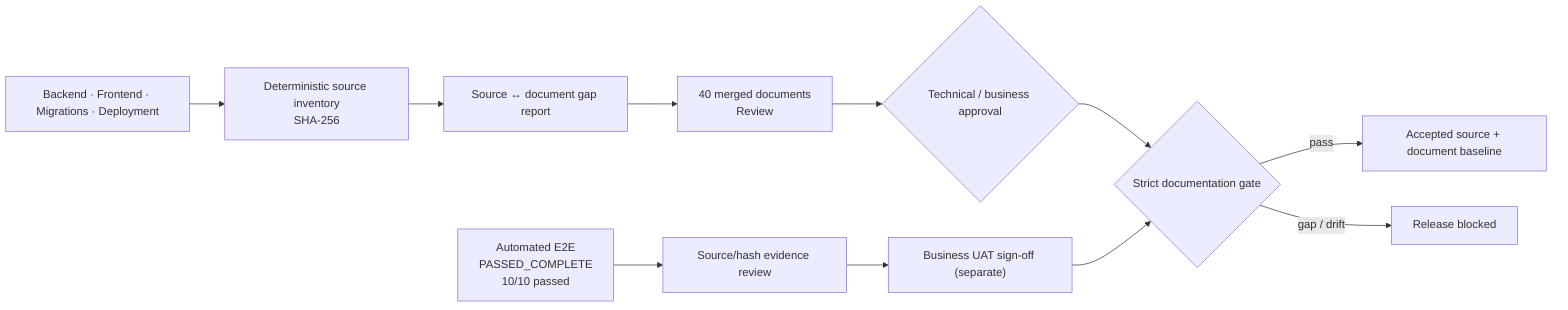
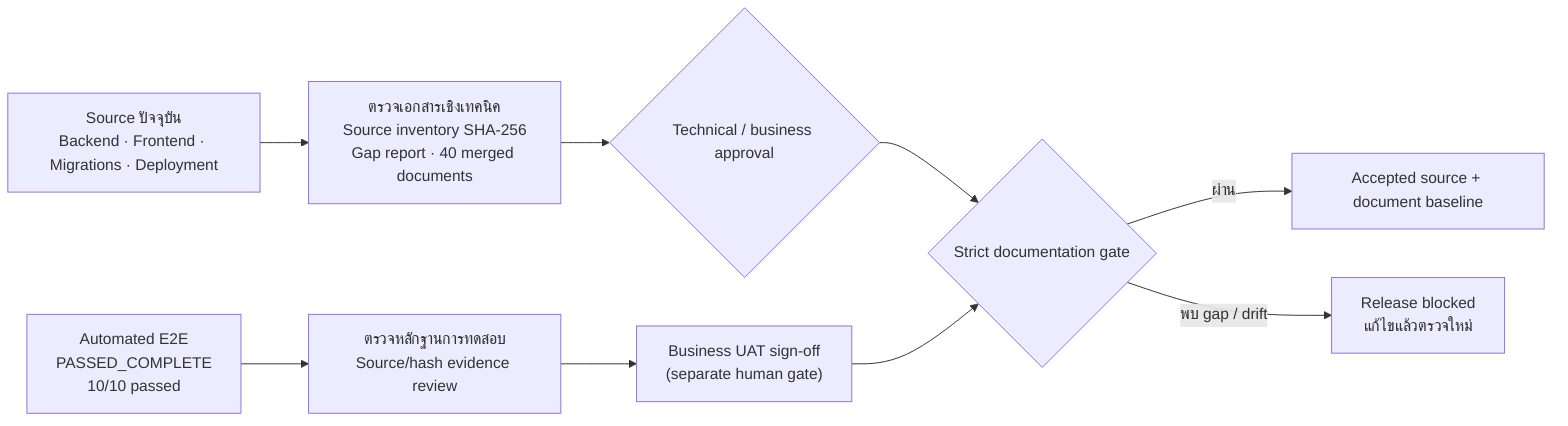
%% Documentation evidence and release flow
- %% generatedFromSourceInventory: DD5919B298128637E2FCEF56A2B663F0B09EE94206349E3B28C61E27569BE49F
- %% generatedAt: 2026-07-22T18:59:51.277Z
+ %% generatedFromSourceInventory: 12B9F964C7C90341859EDD6CDDE9B92BA35D797347F2AA64A1134E1E885FC343
+ %% generatedAt: 2026-07-23T09:58:12.433Z
flowchart LR
-   SRC["Backend · Frontend · Migrations · Deployment"] --> INV["Deterministic source inventory<br/>SHA-256"]
-   INV --> GAP["Source ↔ document gap report"]
-   GAP --> REV["40 merged documents<br/>Review"]
-   REV --> APPROVE{"Technical / business approval"}
-   E2E["Automated E2E<br/>PASSED_COMPLETE<br/>10/10 passed"] --> REVIEW["Source/hash evidence review"]
-   REVIEW --> UAT["Business UAT sign-off (separate)"]
+   SRC["Source ปัจจุบัน<br/>Backend · Frontend · Migrations · Deployment"] --> DOC["ตรวจเอกสารเชิงเทคนิค<br/>Source inventory SHA-256<br/>Gap report · 40 merged documents"]
+   E2E["Automated E2E<br/>PASSED_COMPLETE<br/>10/10 passed"] --> TEST["ตรวจหลักฐานการทดสอบ<br/>Source/hash evidence review"]
+   DOC --> APPROVE{"Technical / business approval"}
+   TEST --> UAT["Business UAT sign-off<br/>(separate human gate)"]
  APPROVE --> GATE{"Strict documentation gate"}
  UAT --> GATE
-   GATE -->|"pass"| BASE["Accepted source + document baseline"]
-   GATE -->|"gap / drift"| BLOCK["Release blocked"]
+   GATE -->|"ผ่าน"| BASE["Accepted source + document baseline"]
+   GATE -->|"พบ gap / drift"| BLOCK["Release blocked<br/>แก้ไขแล้วตรวจใหม่"]
